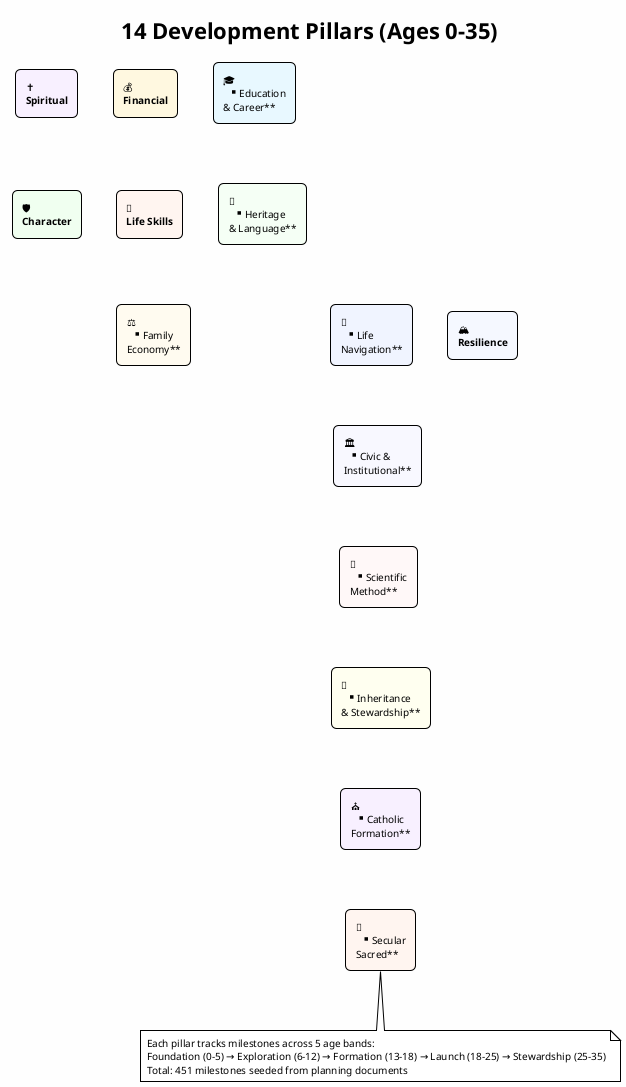
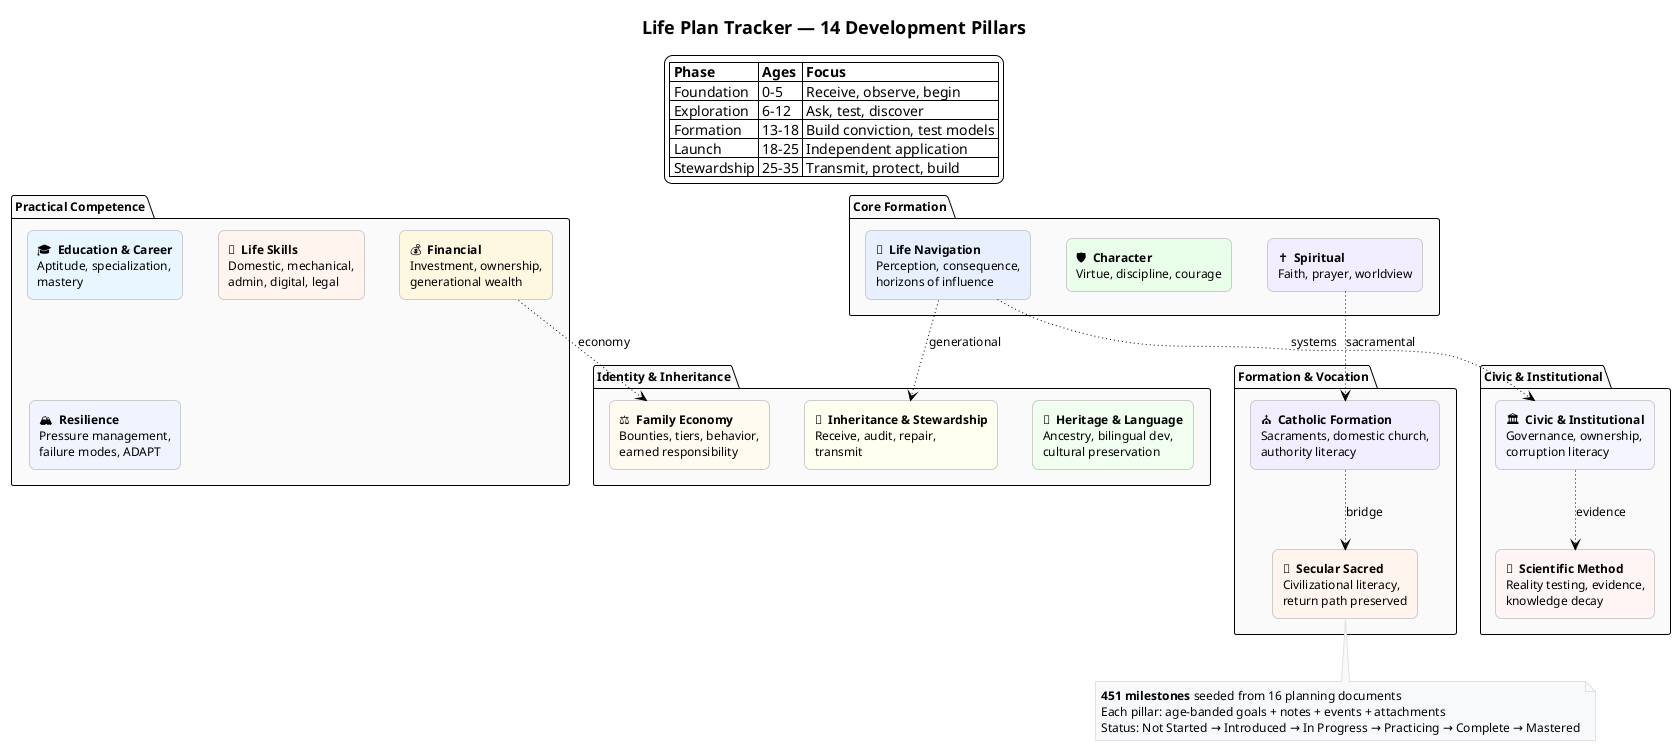
@startuml pillars_all
!theme plain
- skinparam backgroundColor #FEFEFE
- skinparam defaultFontSize 10
+ skinparam backgroundColor #FFFFFF
+ skinparam defaultFontSize 12
+ skinparam defaultFontName "Segoe UI, Helvetica, Arial, sans-serif"
+ skinparam titleFontSize 18
+ skinparam titleFontStyle bold
skinparam rectangle {
-   roundCorner 10
+   roundCorner 12
+   shadowing false
+   borderColor #CCCCCC
+ }
+ skinparam note {
+   backgroundColor #F8F9FA
+   borderColor #DEE2E6
}

- title 14 Development Pillars (Ages 0–35)
+ title Life Plan Tracker — 14 Development Pillars

- together {
-   rectangle "✝️\n**Spiritual**" as sp #F8F0FF
-   rectangle "💰\n**Financial**" as fi #FFF8E0
-   rectangle "🎓\n**Education\n& Career**" as ed #E8F8FF
-   rectangle "🛡️\n**Character**" as ch #F0FFF0
-   rectangle "🔧\n**Life Skills**" as ls #FFF5F0
-   rectangle "🌳\n**Heritage\n& Language**" as he #F5FFF5
-   rectangle "⚖️\n**Family\nEconomy**" as ec #FFFBF0
+ legend top center
+   |= Phase |= Ages |= Focus |
+   | Foundation | 0–5 | Receive, observe, begin |
+   | Exploration | 6–12 | Ask, test, discover |
+   | Formation | 13–18 | Build conviction, test models |
+   | Launch | 18–25 | Independent application |
+   | Stewardship | 25–35 | Transmit, protect, build |
+ end legend
+ 
+ package "Core Formation" as core #FAFAFA {
+   rectangle "✝️  **Spiritual**\nFaith, prayer, worldview" as sp #F3EEFF
+   rectangle "🛡️  **Character**\nVirtue, discipline, courage" as ch #EAFFEA
+   rectangle "🧭  **Life Navigation**\nPerception, consequence,\nhorizons of influence" as dn #E8F0FF
}

- together {
-   rectangle "🏔️\n**Resilience**" as re #F5F8FF
-   rectangle "🧭\n**Life\nNavigation**" as dn #F0F4FF
-   rectangle "🏛️\n**Civic &\nInstitutional**" as ci #F8F8FF
-   rectangle "🔬\n**Scientific\nMethod**" as sm #FFF8F8
-   rectangle "📜\n**Inheritance\n& Stewardship**" as is_ #FFFFF0
-   rectangle "⛪\n**Catholic\nFormation**" as cf #F8F0FF
-   rectangle "🌅\n**Secular\nSacred**" as ss #FFF5F0
+ package "Practical Competence" as prac #FAFAFA {
+   rectangle "💰  **Financial**\nInvestment, ownership,\ngenerational wealth" as fi #FFF8E0
+   rectangle "🎓  **Education & Career**\nAptitude, specialization,\nmastery" as ed #E8F6FF
+   rectangle "🔧  **Life Skills**\nDomestic, mechanical,\nadmin, digital, legal" as ls #FFF5EE
+   rectangle "🏔️  **Resilience**\nPressure management,\nfailure modes, ADAPT" as re #F0F4FF
}

- ' Cross-references
- dn -[hidden]-> ci
- ci -[hidden]-> sm
- sm -[hidden]-> is_
- is_ -[hidden]-> cf
- cf -[hidden]-> ss
+ package "Identity & Inheritance" as ident #FAFAFA {
+   rectangle "🌳  **Heritage & Language**\nAncestry, bilingual dev,\ncultural preservation" as he #F0FFF0
+   rectangle "📜  **Inheritance & Stewardship**\nReceive, audit, repair,\ntransmit" as is_ #FFFFF0
+   rectangle "⚖️  **Family Economy**\nBounties, tiers, behavior,\nearned responsibility" as ec #FFFBF0
+ }
+ 
+ package "Civic & Institutional" as civic #FAFAFA {
+   rectangle "🏛️  **Civic & Institutional**\nGovernance, ownership,\ncorruption literacy" as ci #F5F5FF
+   rectangle "🔬  **Scientific Method**\nReality testing, evidence,\nknowledge decay" as sm #FFF5F5
+ }
+ 
+ package "Formation & Vocation" as form #FAFAFA {
+   rectangle "⛪  **Catholic Formation**\nSacraments, domestic church,\nauthority literacy" as cf #F3EEFF
+   rectangle "🌅  **Secular Sacred**\nCivilizational literacy,\nreturn path preserved" as ss #FFF5EE
+ }
+ 
+ ' Relationships (subtle)
+ dn -[dotted]-> ci : systems
+ dn -[dotted]-> is_ : generational
+ sp -[dotted]-> cf : sacramental
+ cf -[dotted]-> ss : bridge
+ fi -[dotted]-> ec : economy
+ ci -[dotted]-> sm : evidence

note bottom
-   Each pillar tracks milestones across 5 age bands:
-   Foundation (0–5) → Exploration (6–12) → Formation (13–18) → Launch (18–25) → Stewardship (25–35)
-   Total: 451 milestones seeded from planning documents
+   **451 milestones** seeded from 16 planning documents
+   Each pillar: age-banded goals + notes + events + attachments
+   Status: Not Started → Introduced → In Progress → Practicing → Complete → Mastered
end note
@enduml
